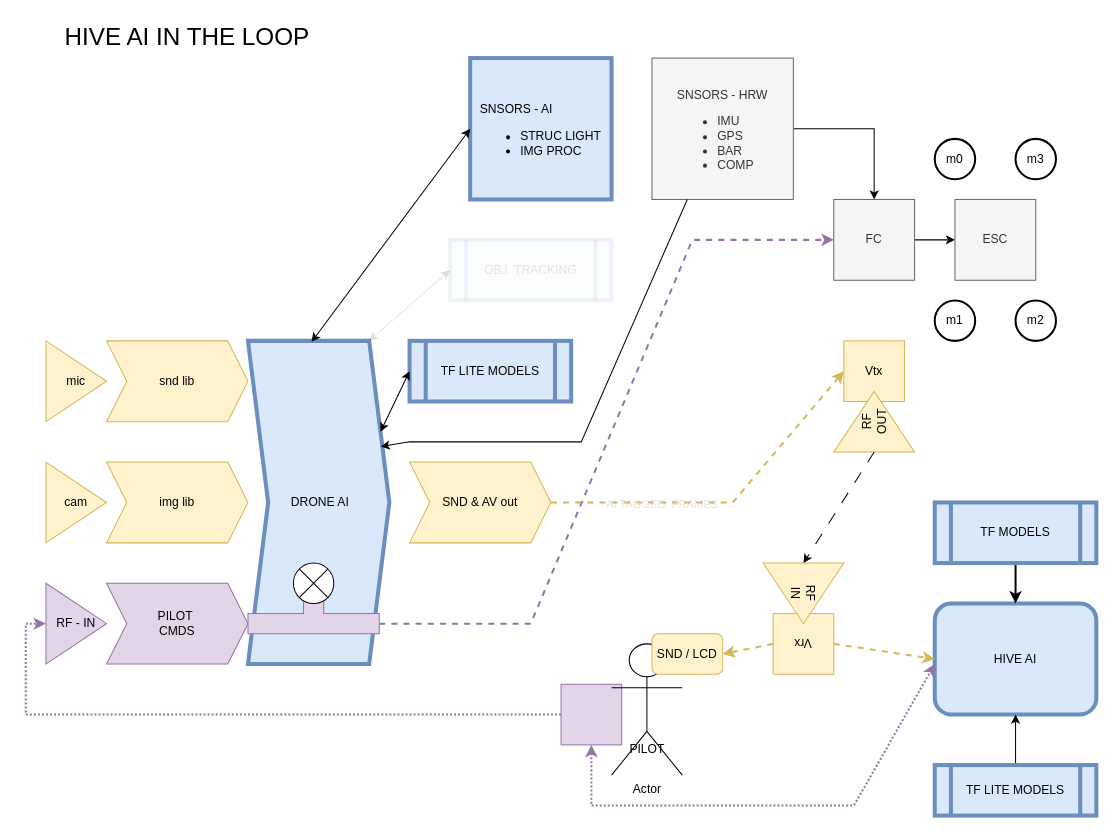
iotech-systems/ai-in-the-loop keeps this draw.io diagram as _docs/aiitl-hive-v0.drawio. Above is the earlier version. Source tidied: cells renumbered, new cells numbered last; positions are measured from the earlier drawing's top-left corner, leaving out a move shared by most shapes. Both pictures are drawn from the tidied source at 101%, with x=0, y=0 at pixel (45, 17).
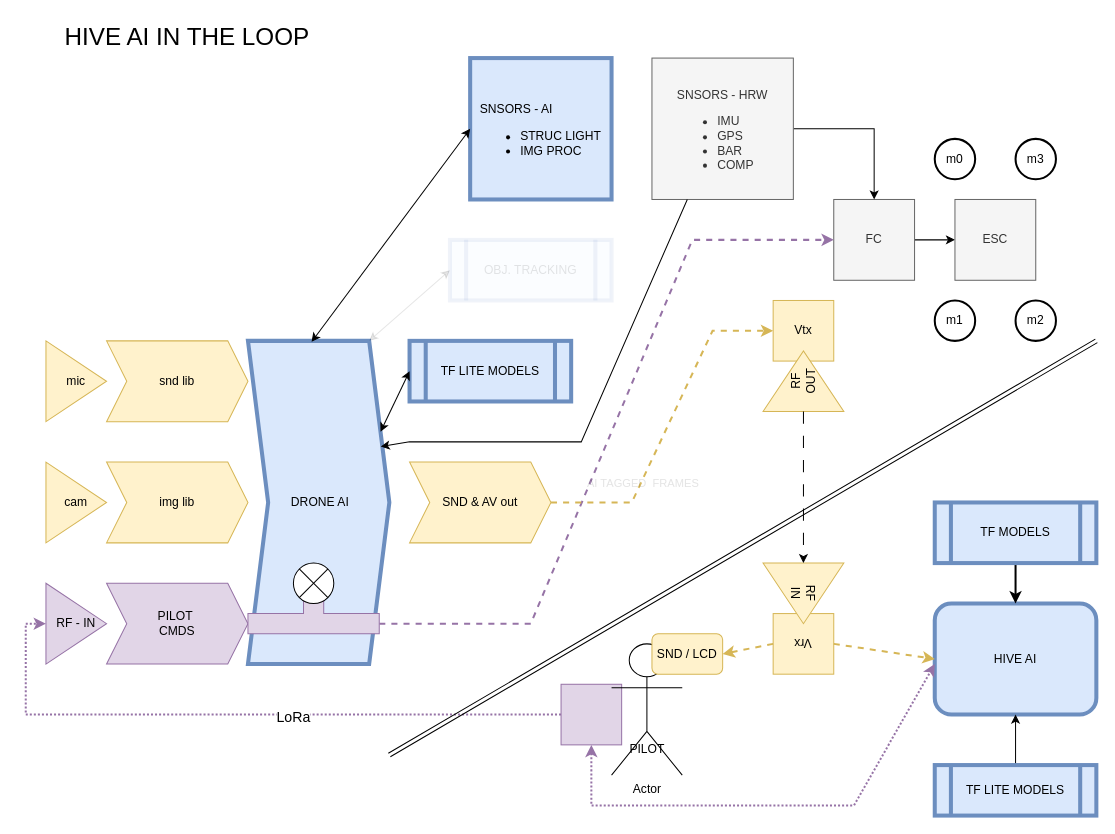
After the change.

The change refers to these unchanged cells:
```xml
<mxCell id="20" style="edgeStyle=orthogonalEdgeStyle;rounded=0;jettySize=auto;html=1;entryX=0;entryY=0.5;entryDx=0;entryDy=0;exitX=0;exitY=0.5;exitDx=0;exitDy=0;fillColor=#e1d5e7;strokeColor=#9673a6;strokeWidth=2;dashed=1;dashPattern=1 1;" parent="1" edge="1" source="21" target="16">
  <mxGeometry relative="1" as="geometry" />
</mxCell>
<mxCell id="27" value="SND &amp;amp; AV out" style="shape=step;perimeter=stepPerimeter;whiteSpace=wrap;html=1;fixedSize=1;fillColor=#fff2cc;strokeColor=#d6b656;" parent="1" vertex="1">
  <mxGeometry x="360" y="440" width="140" height="80" as="geometry" />
</mxCell>
```

Change to the diagram source:
```diff
@@
     <mxCell id="18" value="Vtx" style="whiteSpace=wrap;html=1;fillColor=#fff2cc;strokeColor=#d6b656;" parent="1" vertex="1">
-      <mxGeometry x="790" y="320" width="60" height="60" as="geometry" />
+      <mxGeometry x="720" y="280" width="60" height="60" as="geometry" />
     </mxCell>
     <mxCell id="19" value="&lt;div&gt;RF&lt;/div&gt;&lt;div&gt;OUT&lt;/div&gt;" style="triangle;whiteSpace=wrap;html=1;rotation=-90;fillColor=#fff2cc;strokeColor=#d6b656;" parent="1" vertex="1">
-      <mxGeometry x="790" y="360" width="60" height="80" as="geometry" />
+      <mxGeometry x="720" y="320" width="60" height="80" as="geometry" />
     </mxCell>
@@
+    <mxCell id="53" value="&lt;div style=&quot;font-size: 12px;&quot;&gt;&lt;font style=&quot;font-size: 14px;&quot;&gt;LoRa&lt;/font&gt;&lt;/div&gt;" style="edgeLabel;html=1;align=center;verticalAlign=middle;" parent="20" vertex="1">
+      <mxGeometry x="-0.17" y="2" relative="1" as="geometry" />
+    </mxCell>
@@
     <mxCell id="28" style="endArrow=classic;html=1;rounded=0;exitX=1;exitY=0.5;exitDx=0;exitDy=0;entryX=0;entryY=0.5;entryDx=0;entryDy=0;fillColor=#fff2cc;strokeColor=#d6b656;strokeWidth=2;dashed=1;" parent="1" edge="1" source="27" target="18">
       <mxGeometry relative="1" as="geometry">
         <Array as="points">
-          <mxPoint x="680" y="480" />
+          <mxPoint x="580" y="480" />
+          <mxPoint x="660" y="310" />
         </Array>
       </mxGeometry>
     </mxCell>
@@
+    <mxCell id="54" style="edgeStyle=none;orthogonalLoop=1;jettySize=auto;html=1;rounded=0;shape=link;" parent="1" edge="1">
+      <mxGeometry relative="1" as="geometry">
+        <mxPoint x="340" y="730" as="sourcePoint" />
+        <mxPoint x="1040" y="320" as="targetPoint" />
+      </mxGeometry>
+    </mxCell>
```
